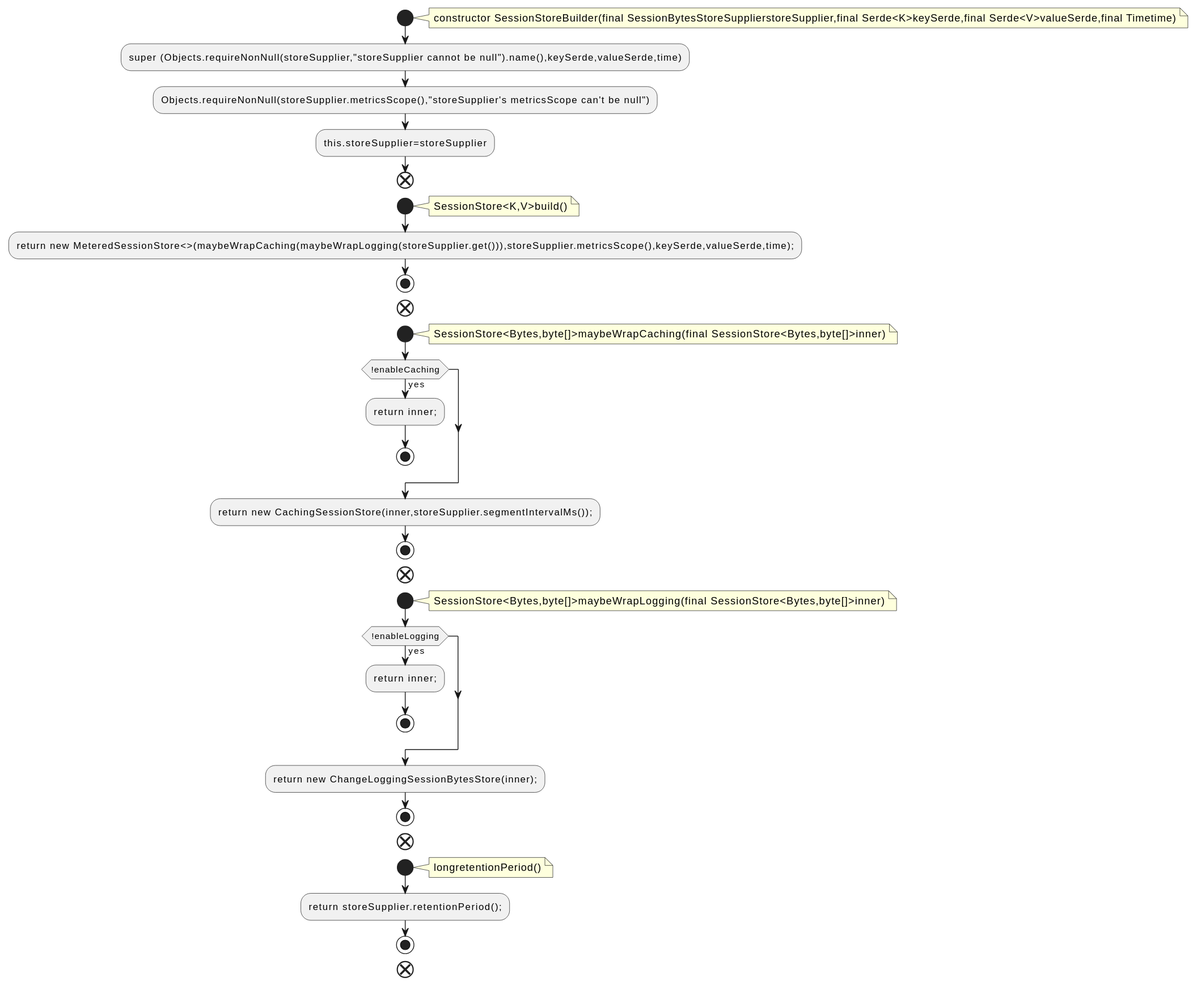
This is docs/qc/streams/src/main/java/org/apache/kafka/streams/state/internals/SessionStoreBuilder.java.fct.svg from qualitesys/kafka, a PlantUML export, as it was before one commit. Source of this version:
```plantuml
@startuml
!pragma layout smetana
start
note right
constructor SessionStoreBuilder(final SessionBytesStoreSupplierstoreSupplier,final Serde<K>keySerde,final Serde<V>valueSerde,final Timetime)
end note
:super (Objects.requireNonNull(storeSupplier,"storeSupplier cannot be null").name(),keySerde,valueSerde,time);
:Objects.requireNonNull(storeSupplier.metricsScope(),"storeSupplier's metricsScope can't be null");
:this.storeSupplier=storeSupplier;
end
start
note right
SessionStore<K,V>build()
end note
:return new MeteredSessionStore<>(maybeWrapCaching(maybeWrapLogging(storeSupplier.get())),storeSupplier.metricsScope(),keySerde,valueSerde,time);;
stop
end
start
note right
SessionStore<Bytes,byte[]>maybeWrapCaching(final SessionStore<Bytes,byte[]>inner)
end note
if (!enableCaching) then (yes)
:return inner;;
stop
endif
:return new CachingSessionStore(inner,storeSupplier.segmentIntervalMs());;
stop
end
start
note right
SessionStore<Bytes,byte[]>maybeWrapLogging(final SessionStore<Bytes,byte[]>inner)
end note
if (!enableLogging) then (yes)
:return inner;;
stop
endif
:return new ChangeLoggingSessionBytesStore(inner);;
stop
end
start
note right
longretentionPeriod()
end note
:return storeSupplier.retentionPeriod();;
stop
end
@enduml
```
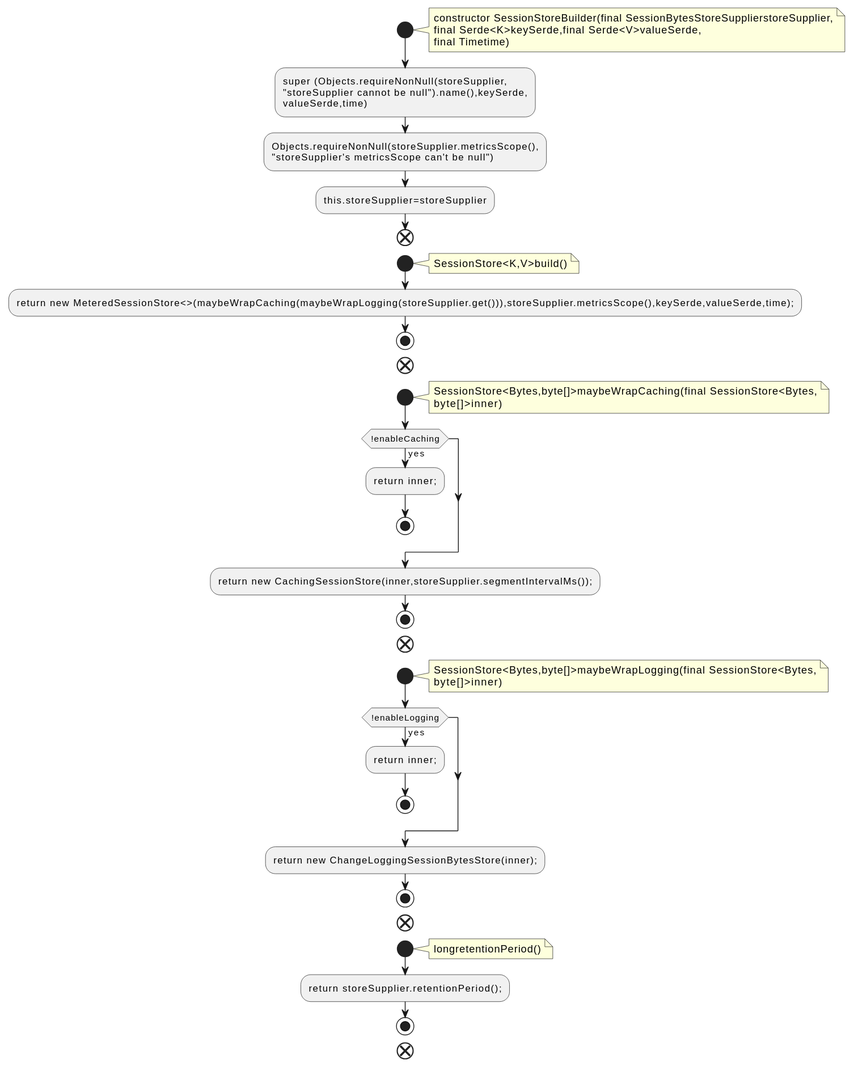
After the change.

What changed in the source:
```diff
@@ -2,10 +2,15 @@
 !pragma layout smetana
 start
 note right
-constructor SessionStoreBuilder(final SessionBytesStoreSupplierstoreSupplier,final Serde<K>keySerde,final Serde<V>valueSerde,final Timetime)
+constructor SessionStoreBuilder(final SessionBytesStoreSupplierstoreSupplier,
+final Serde<K>keySerde,final Serde<V>valueSerde,
+final Timetime)
 end note
-:super (Objects.requireNonNull(storeSupplier,"storeSupplier cannot be null").name(),keySerde,valueSerde,time);
-:Objects.requireNonNull(storeSupplier.metricsScope(),"storeSupplier's metricsScope can't be null");
+:super (Objects.requireNonNull(storeSupplier,
+"storeSupplier cannot be null").name(),keySerde,
+valueSerde,time);
+:Objects.requireNonNull(storeSupplier.metricsScope(),
+"storeSupplier's metricsScope can't be null");
 :this.storeSupplier=storeSupplier;
 end
 start
@@ -17,7 +22,8 @@
 end
 start
 note right
-SessionStore<Bytes,byte[]>maybeWrapCaching(final SessionStore<Bytes,byte[]>inner)
+SessionStore<Bytes,byte[]>maybeWrapCaching(final SessionStore<Bytes,
+byte[]>inner)
 end note
 if (!enableCaching) then (yes)
 :return inner;;
@@ -28,7 +34,8 @@
 end
 start
 note right
-SessionStore<Bytes,byte[]>maybeWrapLogging(final SessionStore<Bytes,byte[]>inner)
+SessionStore<Bytes,byte[]>maybeWrapLogging(final SessionStore<Bytes,
+byte[]>inner)
 end note
 if (!enableLogging) then (yes)
 :return inner;;
```
